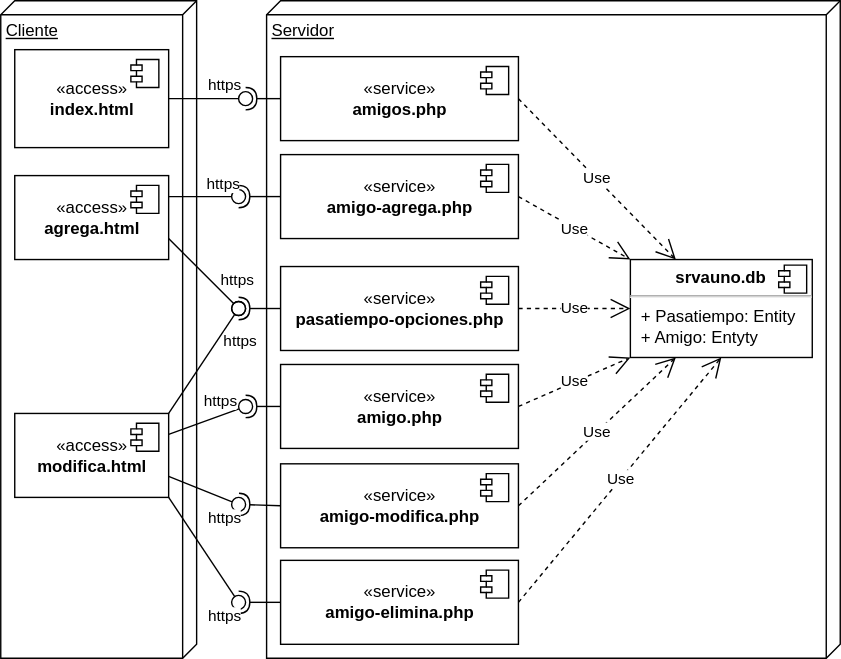
Earlier version of the draw.io export docs/img/m17auno/aunodeploy.drawio.svg (gilpgawoas/gilpgawoas.github.io). Source tidied: cells renumbered, new cells last; positions are measured from the earlier drawing's top-left corner, leaving out a move shared by most shapes.
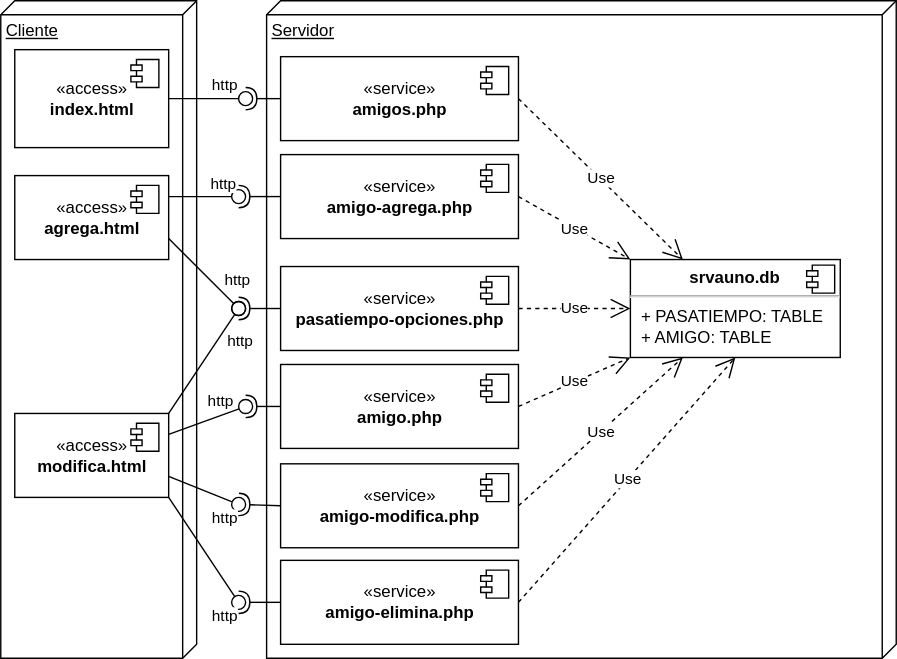
Above is the later version.

What changed in the source:
```diff
@@ -14,7 +14,7 @@
       </mxGeometry>
     </mxCell>
     <mxCell id="5" value="Servidor" style="verticalAlign=top;align=left;spacingTop=8;spacingLeft=2;spacingRight=12;shape=cube;size=10;direction=south;fontStyle=4;html=1;" parent="1" vertex="1">
-      <mxGeometry x="190" width="410" height="470" as="geometry" />
+      <mxGeometry x="190" width="450" height="470" as="geometry" />
     </mxCell>
     <mxCell id="6" value="«service»&lt;br&gt;&lt;b&gt;amigos.php&lt;/b&gt;" style="html=1;" parent="1" vertex="1">
       <mxGeometry x="200" y="40" width="170" height="60" as="geometry" />
@@ -30,8 +30,8 @@
     <mxCell id="9" value="Use" style="endArrow=open;endSize=12;dashed=1;html=1;rounded=0;entryX=0.5;entryY=1;entryDx=0;entryDy=0;exitX=1;exitY=0.5;exitDx=0;exitDy=0;" parent="1" edge="1" source="24" target="10">
       <mxGeometry relative="1" as="geometry" />
     </mxCell>
-    <mxCell id="10" value="&lt;p style=&quot;margin:0px;margin-top:6px;text-align:center;&quot;&gt;&lt;b&gt;srvauno.db&lt;/b&gt;&lt;/p&gt;&lt;hr&gt;&lt;p style=&quot;margin:0px;margin-left:8px;&quot;&gt;+ Pasatiempo: Entity&lt;/p&gt;&lt;p style=&quot;margin:0px;margin-left:8px;&quot;&gt;+ Amigo: Entyty&lt;/p&gt;" style="align=left;overflow=fill;html=1;" parent="1" vertex="1">
-      <mxGeometry x="450" y="185" width="130" height="70" as="geometry" />
+    <mxCell id="10" value="&lt;p style=&quot;margin:0px;margin-top:6px;text-align:center;&quot;&gt;&lt;b&gt;srvauno.db&lt;/b&gt;&lt;/p&gt;&lt;hr&gt;&lt;p style=&quot;margin:0px;margin-left:8px;&quot;&gt;+ PASATIEMPO: TABLE&lt;/p&gt;&lt;p style=&quot;margin:0px;margin-left:8px;&quot;&gt;+ AMIGO: TABLE&lt;/p&gt;" style="align=left;overflow=fill;html=1;" parent="1" vertex="1">
+      <mxGeometry x="450" y="185" width="150" height="70" as="geometry" />
     </mxCell>
     <mxCell id="11" style="shape=component;jettyWidth=8;jettyHeight=4;" parent="10" vertex="1">
       <mxGeometry x="1" width="20" height="20" relative="1" as="geometry">
@@ -95,7 +95,7 @@
     <mxCell id="26" value="Use" style="endArrow=open;endSize=12;dashed=1;html=1;rounded=0;exitX=1;exitY=0.5;exitDx=0;exitDy=0;entryX=0.25;entryY=0;entryDx=0;entryDy=0;" parent="1" edge="1" source="6" target="10">
       <mxGeometry relative="1" as="geometry" />
     </mxCell>
-    <mxCell id="27" value="https" style="rounded=0;jettySize=auto;html=1;endArrow=none;endFill=0;sketch=0;sourcePerimeterSpacing=0;targetPerimeterSpacing=0;exitX=1;exitY=0.25;exitDx=0;exitDy=0;" parent="1" edge="1" source="16" target="29">
+    <mxCell id="27" value="http" style="rounded=0;jettySize=auto;html=1;endArrow=none;endFill=0;sketch=0;sourcePerimeterSpacing=0;targetPerimeterSpacing=0;exitX=1;exitY=0.25;exitDx=0;exitDy=0;" parent="1" edge="1" source="16" target="29">
       <mxGeometry x="0.6" y="10" relative="1" as="geometry" />
     </mxCell>
     <mxCell id="28" style="rounded=0;jettySize=auto;html=1;endArrow=halfCircle;endFill=0;endSize=6;strokeWidth=1;sketch=0;exitX=0;exitY=0.5;exitDx=0;exitDy=0;" parent="1" edge="1" source="20">
@@ -112,7 +112,7 @@
         <mxPoint x="170" y="430" as="targetPoint" />
       </mxGeometry>
     </mxCell>
-    <mxCell id="31" value="https" style="rounded=0;jettySize=auto;html=1;endArrow=none;endFill=0;sketch=0;sourcePerimeterSpacing=0;targetPerimeterSpacing=0;exitX=1;exitY=0.5;exitDx=0;exitDy=0;" parent="1" edge="1" source="3" target="33">
+    <mxCell id="31" value="http" style="rounded=0;jettySize=auto;html=1;endArrow=none;endFill=0;sketch=0;sourcePerimeterSpacing=0;targetPerimeterSpacing=0;exitX=1;exitY=0.5;exitDx=0;exitDy=0;" parent="1" edge="1" source="3" target="33">
       <mxGeometry x="0.6" y="10" relative="1" as="geometry" />
     </mxCell>
     <mxCell id="32" style="rounded=0;jettySize=auto;html=1;endArrow=halfCircle;endFill=0;entryX=0.5;entryY=0.5;endSize=6;strokeWidth=1;sketch=0;exitX=0;exitY=0.5;exitDx=0;exitDy=0;" parent="1" edge="1" source="6" target="33">
@@ -137,7 +137,7 @@
         <mxPoint x="170" y="140" as="targetPoint" />
       </mxGeometry>
     </mxCell>
-    <mxCell id="38" value="https" style="rounded=0;jettySize=auto;html=1;endArrow=oval;endFill=0;sketch=0;sourcePerimeterSpacing=0;targetPerimeterSpacing=0;endSize=10;exitX=1;exitY=0.25;exitDx=0;exitDy=0;" parent="1" edge="1" source="14">
+    <mxCell id="38" value="http" style="rounded=0;jettySize=auto;html=1;endArrow=oval;endFill=0;sketch=0;sourcePerimeterSpacing=0;targetPerimeterSpacing=0;endSize=10;exitX=1;exitY=0.25;exitDx=0;exitDy=0;" parent="1" edge="1" source="14">
       <mxGeometry x="0.56" y="9" relative="1" as="geometry">
         <mxPoint x="170" y="140" as="targetPoint" />
       </mxGeometry>
@@ -150,7 +150,7 @@
         <mxPoint x="170" y="220" as="targetPoint" />
       </mxGeometry>
     </mxCell>
-    <mxCell id="41" value="https" style="rounded=0;jettySize=auto;html=1;endArrow=oval;endFill=0;sketch=0;sourcePerimeterSpacing=0;targetPerimeterSpacing=0;endSize=10;exitX=1;exitY=0.75;exitDx=0;exitDy=0;" parent="1" edge="1" source="14">
+    <mxCell id="41" value="http" style="rounded=0;jettySize=auto;html=1;endArrow=oval;endFill=0;sketch=0;sourcePerimeterSpacing=0;targetPerimeterSpacing=0;endSize=10;exitX=1;exitY=0.75;exitDx=0;exitDy=0;" parent="1" edge="1" source="14">
       <mxGeometry x="0.6" y="13" relative="1" as="geometry">
         <mxPoint x="170" y="220" as="targetPoint" />
         <mxPoint y="-1" as="offset" />
@@ -159,7 +159,7 @@
     <mxCell id="42" style="ellipse;whiteSpace=wrap;html=1;align=center;fillColor=none;strokeColor=none;perimeter=centerPerimeter;" parent="1" vertex="1">
       <mxGeometry x="395" y="410" width="10" height="10" as="geometry" />
     </mxCell>
-    <mxCell id="43" value="https" style="rounded=0;jettySize=auto;html=1;endArrow=oval;endFill=0;sketch=0;sourcePerimeterSpacing=0;targetPerimeterSpacing=0;endSize=10;exitX=1;exitY=0;exitDx=0;exitDy=0;" parent="1" edge="1" source="16">
+    <mxCell id="43" value="http" style="rounded=0;jettySize=auto;html=1;endArrow=oval;endFill=0;sketch=0;sourcePerimeterSpacing=0;targetPerimeterSpacing=0;endSize=10;exitX=1;exitY=0;exitDx=0;exitDy=0;" parent="1" edge="1" source="16">
       <mxGeometry x="0.6" y="-13" relative="1" as="geometry">
         <mxPoint x="170" y="220" as="targetPoint" />
         <mxPoint y="1" as="offset" />
@@ -173,7 +173,7 @@
         <mxPoint x="170" y="360" as="targetPoint" />
       </mxGeometry>
     </mxCell>
-    <mxCell id="46" value="https" style="rounded=0;jettySize=auto;html=1;endArrow=oval;endFill=0;sketch=0;sourcePerimeterSpacing=0;targetPerimeterSpacing=0;endSize=10;exitX=1;exitY=0.75;exitDx=0;exitDy=0;" parent="1" edge="1" source="16">
+    <mxCell id="46" value="http" style="rounded=0;jettySize=auto;html=1;endArrow=oval;endFill=0;sketch=0;sourcePerimeterSpacing=0;targetPerimeterSpacing=0;endSize=10;exitX=1;exitY=0.75;exitDx=0;exitDy=0;" parent="1" edge="1" source="16">
       <mxGeometry x="0.79" y="-13" relative="1" as="geometry">
         <mxPoint x="170" y="360" as="targetPoint" />
       </mxGeometry>
@@ -186,7 +186,7 @@
         <mxPoint x="170" y="430" as="targetPoint" />
       </mxGeometry>
     </mxCell>
-    <mxCell id="49" value="https" style="rounded=0;jettySize=auto;html=1;endArrow=oval;endFill=0;sketch=0;sourcePerimeterSpacing=0;targetPerimeterSpacing=0;endSize=10;exitX=1;exitY=1;exitDx=0;exitDy=0;" parent="1" edge="1" source="16">
+    <mxCell id="49" value="http" style="rounded=0;jettySize=auto;html=1;endArrow=oval;endFill=0;sketch=0;sourcePerimeterSpacing=0;targetPerimeterSpacing=0;endSize=10;exitX=1;exitY=1;exitDx=0;exitDy=0;" parent="1" edge="1" source="16">
       <mxGeometry x="1" y="-14" relative="1" as="geometry">
         <mxPoint x="170" y="430" as="targetPoint" />
         <mxPoint x="2" y="2" as="offset" />
```
